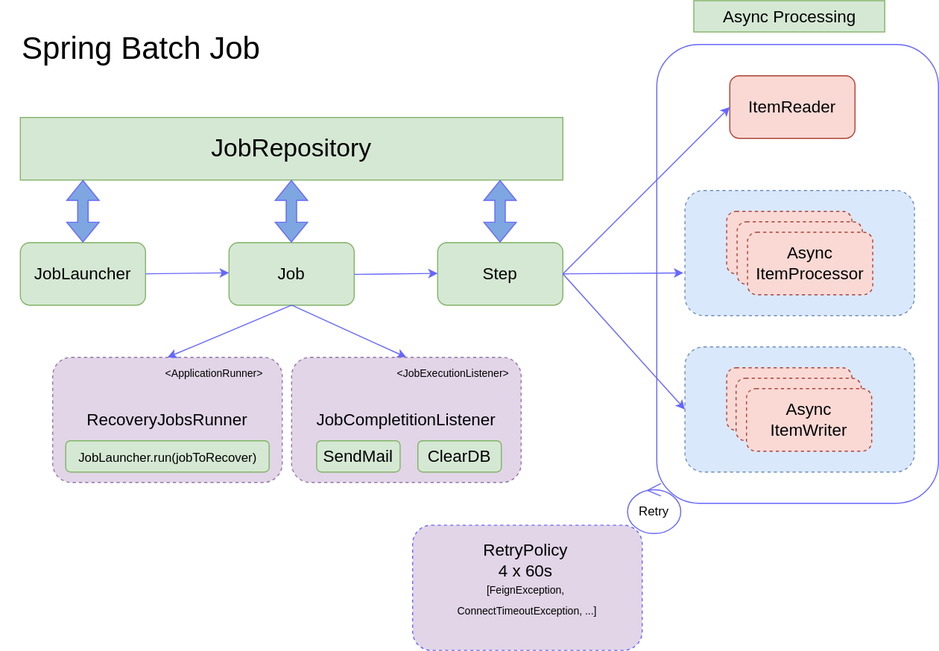
Above: import-service-point/documentation/BatchAsyncProcessing.svg in SchweizerischeBundesbahnen/atlas (draw.io), before the change. Source tidied: cells renumbered, new cells last; positions are measured from the earlier drawing's top-left corner, leaving out a move shared by most shapes.
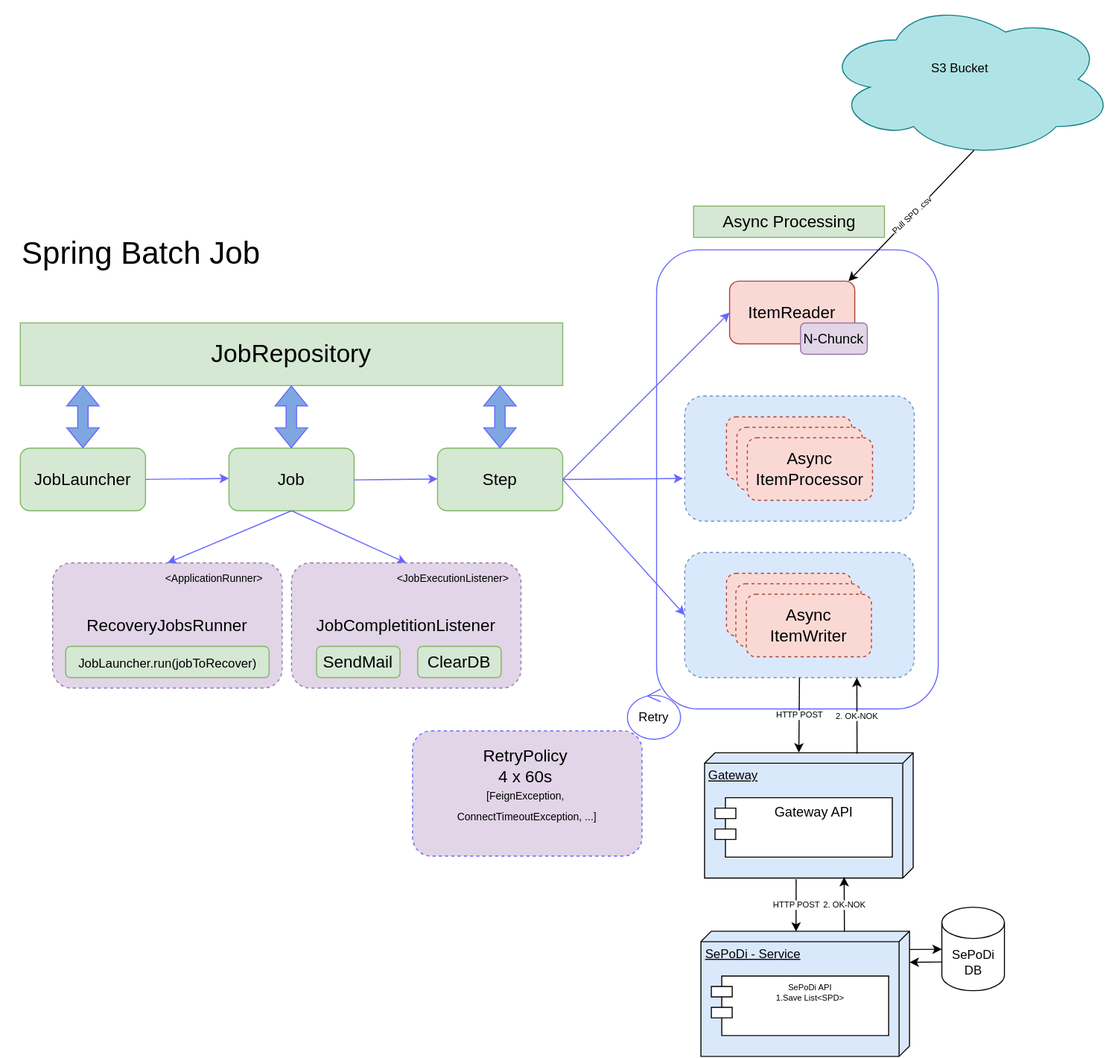
After the commit.

Commit message:
update docu batch

Change to the diagram source:
```diff
@@ -130,5 +130,72 @@
         <mxPoint x="419" y="261.5" as="targetPoint" />
       </mxGeometry>
     </mxCell>
+    <mxCell id="39" style="ellipse;shape=cloud;whiteSpace=wrap;html=1;align=center;fillColor=#b0e3e6;strokeColor=#0e8088;" parent="1" vertex="1">
+      <mxGeometry x="789" y="-197" width="279" height="151" as="geometry" />
+    </mxCell>
+    <mxCell id="40" value="S3 Bucket" style="text;html=1;strokeColor=none;fillColor=none;align=center;verticalAlign=middle;whiteSpace=wrap;rounded=0;" parent="1" vertex="1">
+      <mxGeometry x="889.5" y="-147" width="60" height="30" as="geometry" />
+    </mxCell>
+    <mxCell id="41" style="endArrow=classic;html=1;rounded=0;fontSize=8;entryX=0.5;entryY=0;entryDx=0;entryDy=0;exitX=0.55;exitY=0.95;exitDx=0;exitDy=0;exitPerimeter=0;" parent="1" edge="1">
+      <mxGeometry relative="1" as="geometry">
+        <mxPoint x="933.4" y="-53.5" as="sourcePoint" />
+        <mxPoint x="813" y="72" as="targetPoint" />
+      </mxGeometry>
+    </mxCell>
+    <mxCell id="42" value="Pull SPD .csv" style="edgeLabel;html=1;align=center;verticalAlign=middle;fontSize=8;fillColor=none;gradientColor=default;rotation=317;" parent="41" vertex="1">
+      <mxGeometry relative="1" as="geometry" />
+    </mxCell>
+    <mxCell id="43" value="Gateway" style="verticalAlign=top;align=left;spacingTop=8;spacingLeft=2;spacingRight=12;shape=cube;size=10;direction=south;fontStyle=4;html=1;fillColor=#dae8fc;strokeColor=#030405;" parent="1" vertex="1">
+      <mxGeometry x="675" y="524" width="200" height="120" as="geometry" />
+    </mxCell>
+    <mxCell id="44" value="Gateway API" style="shape=module;align=left;spacingLeft=20;align=center;verticalAlign=top;fontSize=13;" parent="1" vertex="1">
+      <mxGeometry x="685" y="567" width="170" height="57" as="geometry" />
+    </mxCell>
+    <mxCell id="45" value="SePoDi - Service" style="verticalAlign=top;align=left;spacingTop=8;spacingLeft=2;spacingRight=12;shape=cube;size=10;direction=south;fontStyle=4;html=1;fillColor=#dae8fc;strokeColor=#030405;" parent="1" vertex="1">
+      <mxGeometry x="671.5" y="695" width="200" height="120" as="geometry" />
+    </mxCell>
+    <mxCell id="46" value="SePoDi&lt;br&gt;DB" style="shape=cylinder3;whiteSpace=wrap;html=1;boundedLbl=1;backgroundOutline=1;size=15;" parent="1" vertex="1">
+      <mxGeometry x="902.5" y="672" width="60" height="80" as="geometry" />
+    </mxCell>
+    <mxCell id="47" value="SePoDi API&#10;1.Save List&lt;SPD&gt;" style="shape=module;align=left;spacingLeft=20;align=center;verticalAlign=top;fontSize=8;" parent="1" vertex="1">
+      <mxGeometry x="681.5" y="738" width="170" height="57" as="geometry" />
+    </mxCell>
+    <mxCell id="48" style="endArrow=classic;html=1;rounded=0;exitX=0.146;exitY=-0.001;exitDx=0;exitDy=0;exitPerimeter=0;" parent="1" edge="1" source="45" target="46">
+      <mxGeometry relative="1" as="geometry" />
+    </mxCell>
+    <mxCell id="49" style="endArrow=classic;html=1;rounded=0;entryX=0.248;entryY=0;entryDx=0;entryDy=0;entryPerimeter=0;exitX=0;exitY=0;exitDx=0;exitDy=52.5;exitPerimeter=0;" parent="1" edge="1" source="46" target="45">
+      <mxGeometry relative="1" as="geometry" />
+    </mxCell>
+    <mxCell id="50" style="endArrow=classic;html=1;rounded=0;fontSize=8;exitX=1.01;exitY=0.561;exitDx=0;exitDy=0;exitPerimeter=0;entryX=0.003;entryY=0.544;entryDx=0;entryDy=0;entryPerimeter=0;" parent="1" edge="1" source="43" target="45">
+      <mxGeometry relative="1" as="geometry" />
+    </mxCell>
+    <mxCell id="51" value="HTTP POST" style="edgeLabel;html=1;align=center;verticalAlign=middle;fontSize=8;fillColor=none;gradientColor=default;" parent="50" vertex="1">
+      <mxGeometry relative="1" as="geometry" />
+    </mxCell>
+    <mxCell id="52" style="endArrow=classic;html=1;rounded=0;fontSize=10;entryX=0.992;entryY=0.331;entryDx=0;entryDy=0;entryPerimeter=0;exitX=0.003;exitY=0.312;exitDx=0;exitDy=0;exitPerimeter=0;" parent="1" edge="1" source="45" target="43">
+      <mxGeometry relative="1" as="geometry" />
+    </mxCell>
+    <mxCell id="53" value="2. OK-NOK" style="edgeLabel;html=1;align=center;verticalAlign=middle;fontSize=8;rotation=0;" parent="52" vertex="1">
+      <mxGeometry relative="1" as="geometry">
+        <mxPoint x="-1" as="offset" />
+      </mxGeometry>
+    </mxCell>
+    <mxCell id="54" style="endArrow=classic;html=1;rounded=0;fontSize=10;entryX=0.75;entryY=1;entryDx=0;entryDy=0;exitX=0.006;exitY=0.269;exitDx=0;exitDy=0;exitPerimeter=0;" parent="1" edge="1" source="43" target="12">
+      <mxGeometry relative="1" as="geometry" />
+    </mxCell>
+    <mxCell id="55" value="2. OK-NOK" style="edgeLabel;html=1;align=center;verticalAlign=middle;fontSize=8;rotation=0;" parent="54" vertex="1">
+      <mxGeometry relative="1" as="geometry">
+        <mxPoint x="-1" as="offset" />
+      </mxGeometry>
+    </mxCell>
+    <mxCell id="56" style="endArrow=classic;html=1;rounded=0;fontSize=8;exitX=0.5;exitY=1;exitDx=0;exitDy=0;entryX=-0.002;entryY=0.548;entryDx=0;entryDy=0;entryPerimeter=0;" parent="1" edge="1" source="12" target="43">
+      <mxGeometry relative="1" as="geometry" />
+    </mxCell>
+    <mxCell id="57" value="HTTP POST" style="edgeLabel;html=1;align=center;verticalAlign=middle;fontSize=8;fillColor=none;gradientColor=default;" parent="56" vertex="1">
+      <mxGeometry relative="1" as="geometry" />
+    </mxCell>
+    <mxCell id="58" value="N-Chunck" style="rounded=1;whiteSpace=wrap;html=1;fontSize=13;fillColor=#e1d5e7;strokeColor=#9673a6;glass=0;shadow=0;" parent="1" vertex="1">
+      <mxGeometry x="767" y="112" width="64" height="30" as="geometry" />
+    </mxCell>
   </root>
 </mxGraphModel>
```
